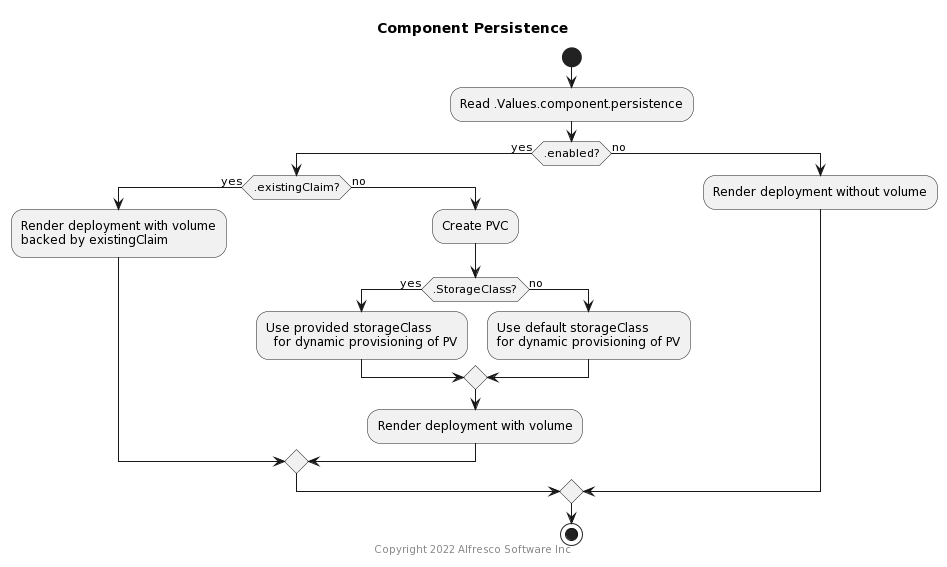
The PlantUML diagram docs/helm/diagrams/charts-storage-persistence.png in Alfresco/acs-deployment, before a commit.
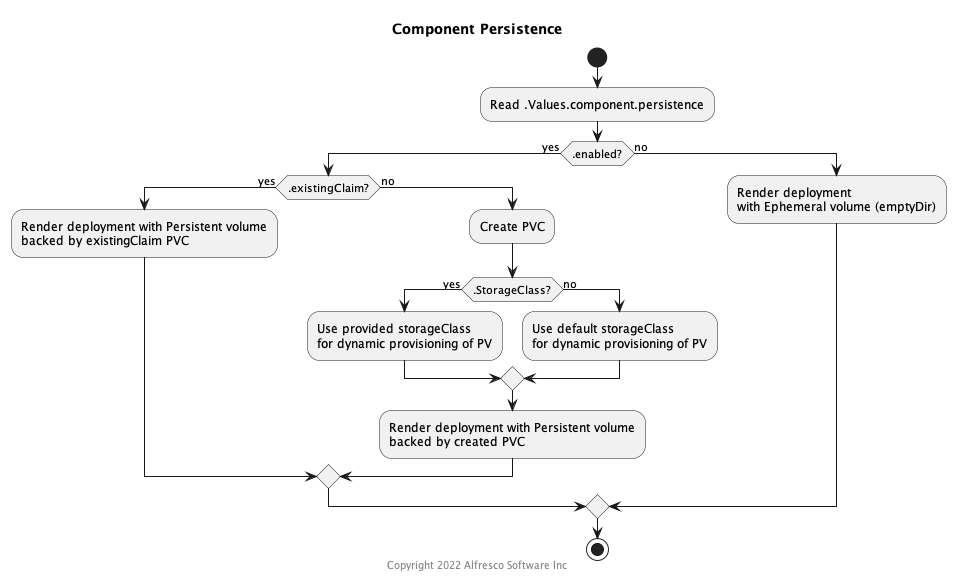
Later version of the same file.

Change to the diagram source:
```diff
@@ -1,4 +1,4 @@
-@startuml
+@startuml Component Persistence Diagram
 title Component Persistence
 
 skinparam linetype ortho
@@ -7,21 +7,23 @@
 :Read .Values.component.persistence;
 if (.enabled?) then (yes)
   if(.existingClaim?) then (yes)
-    :Render deployment with volume
-    backed by existingClaim;
+    :Render deployment with Persistent volume
+    backed by existingClaim PVC;
   else (no)
     :Create PVC;
     if(.StorageClass?) then (yes)
       :Use provided storageClass
-        for dynamic provisioning of PV;
+      for dynamic provisioning of PV;
     else (no)
       :Use default storageClass
       for dynamic provisioning of PV;
     endif
-    :Render deployment with volume;
+    :Render deployment with Persistent volume
+    backed by created PVC;
   endif
 else (no)
-  :Render deployment without volume;
+  :Render deployment
+  with Ephemeral volume (emptyDir);
 endif
 stop
 
```
